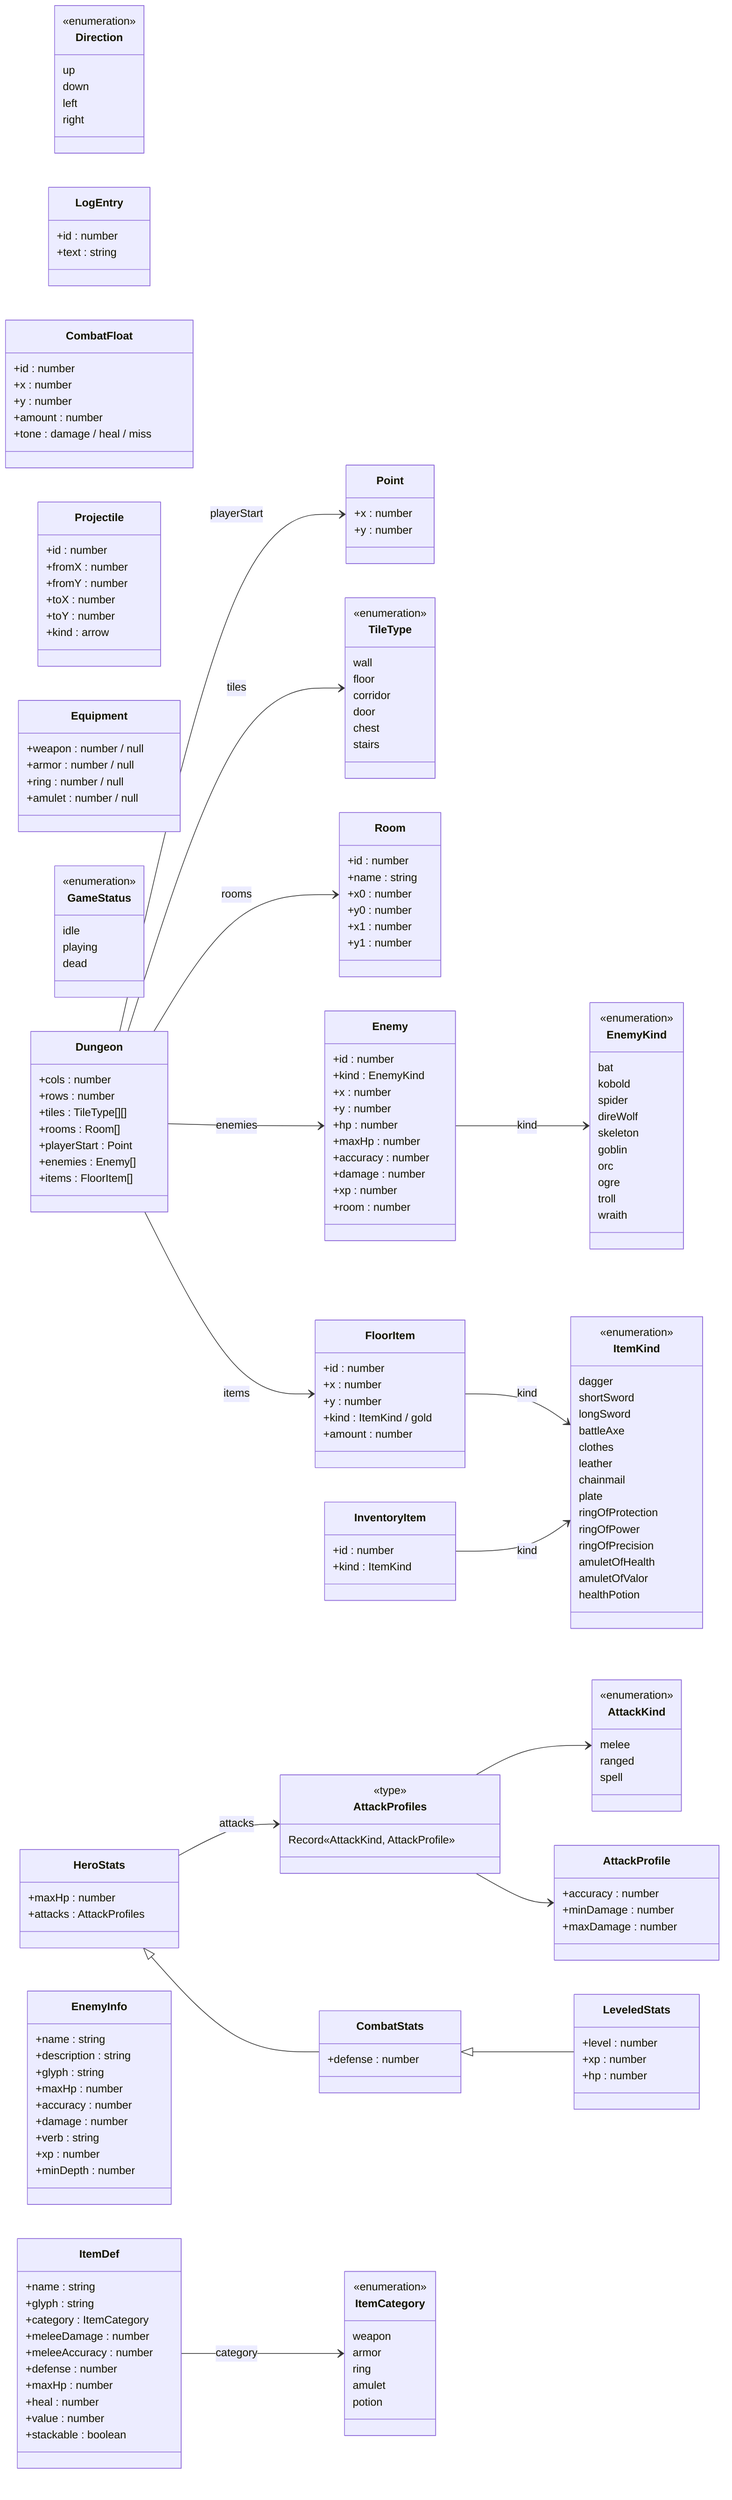
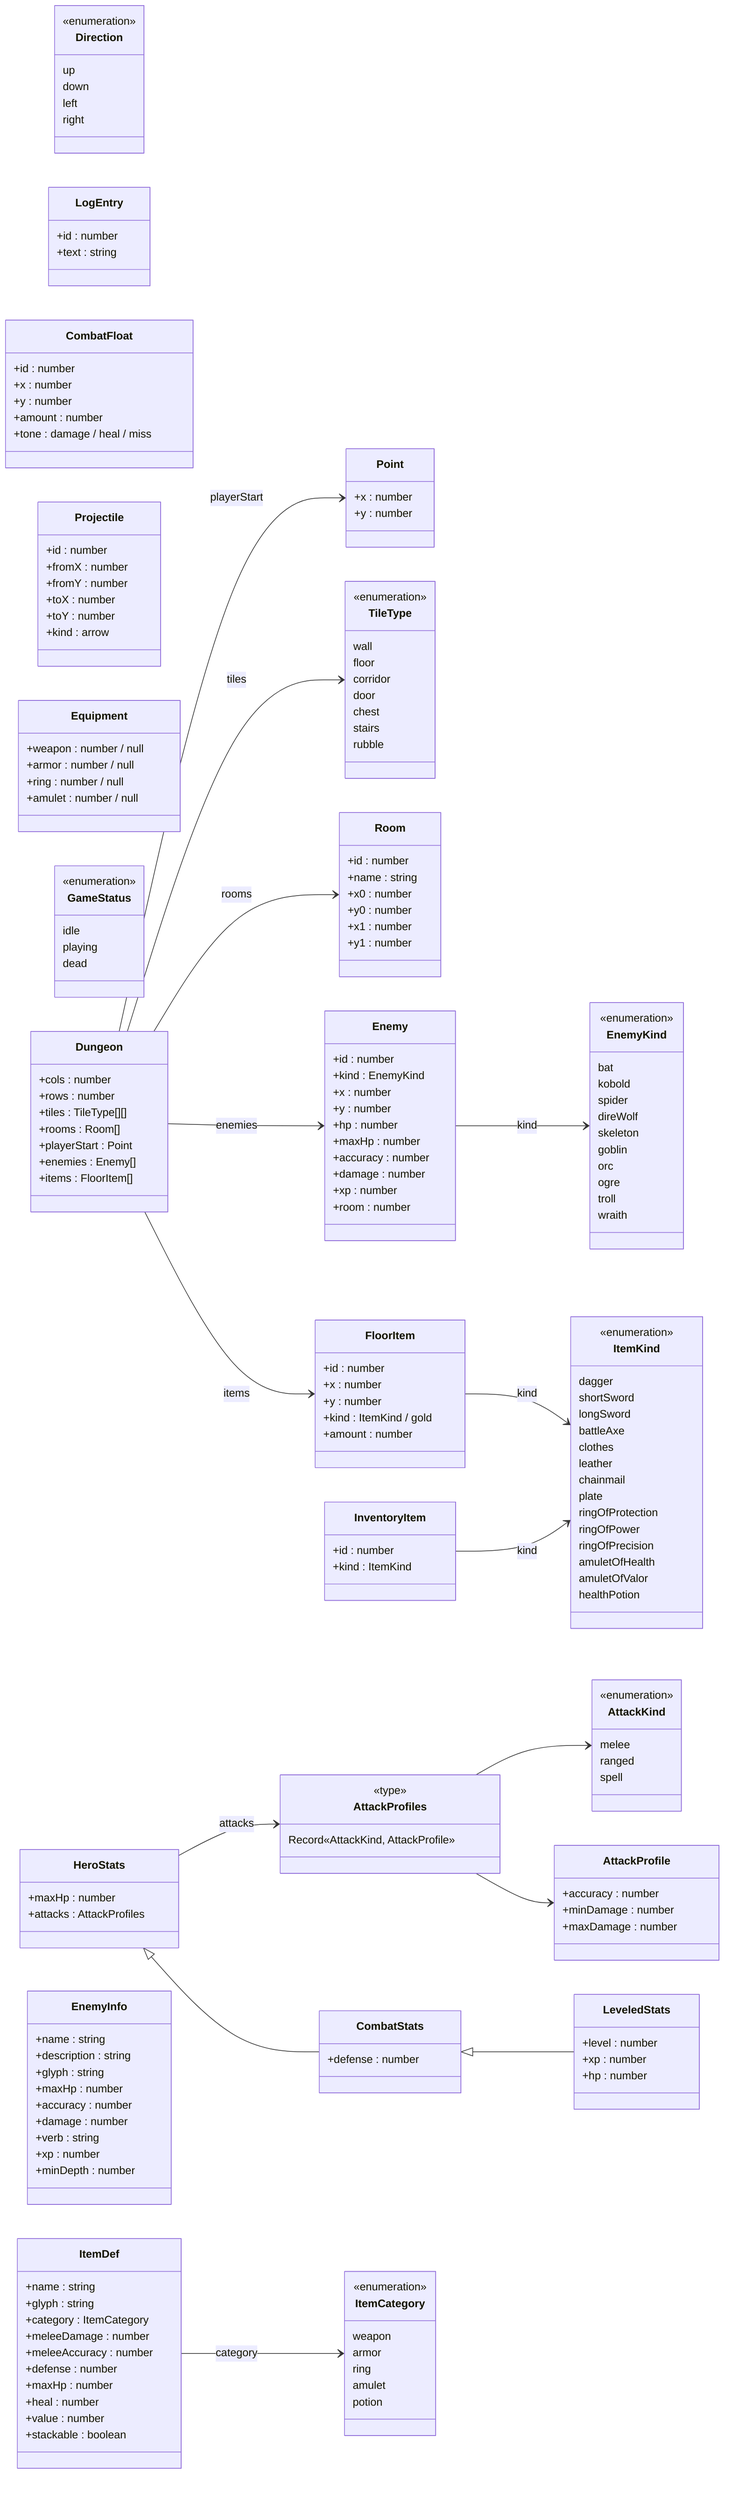
classDiagram
  direction LR
  class Point {
    +x : number
    +y : number
  }
  class Direction {
    <<enumeration>>
    up
    down
    left
    right
  }
  class TileType {
    <<enumeration>>
    wall
    floor
    corridor
    door
    chest
    stairs
+     rubble
  }
  class Room {
    +id : number
    +name : string
    +x0 : number
    +y0 : number
    +x1 : number
    +y1 : number
  }
  class LogEntry {
    +id : number
    +text : string
  }
  class CombatFloat {
    +id : number
    +x : number
    +y : number
    +amount : number
    +tone : damage / heal / miss
  }
  class Projectile {
    +id : number
    +fromX : number
    +fromY : number
    +toX : number
    +toY : number
    +kind : arrow
  }
  class InventoryItem {
    +id : number
    +kind : ItemKind
  }
  class FloorItem {
    +id : number
    +x : number
    +y : number
    +kind : ItemKind / gold
    +amount : number
  }
  class Equipment {
    +weapon : number / null
    +armor : number / null
    +ring : number / null
    +amulet : number / null
  }
  class AttackKind {
    <<enumeration>>
    melee
    ranged
    spell
  }
  class AttackProfile {
    +accuracy : number
    +minDamage : number
    +maxDamage : number
  }
  class AttackProfiles {
    <<type>>
    Record«AttackKind, AttackProfile»
  }
  class Enemy {
    +id : number
    +kind : EnemyKind
    +x : number
    +y : number
    +hp : number
    +maxHp : number
    +accuracy : number
    +damage : number
    +xp : number
    +room : number
  }
  class GameStatus {
    <<enumeration>>
    idle
    playing
    dead
  }
  class HeroStats {
    +maxHp : number
    +attacks : AttackProfiles
  }
  class CombatStats {
    +defense : number
  }
  class LeveledStats {
    +level : number
    +xp : number
    +hp : number
  }
  class Dungeon {
    +cols : number
    +rows : number
    +tiles : TileType[][]
    +rooms : Room[]
    +playerStart : Point
    +enemies : Enemy[]
    +items : FloorItem[]
  }
  class EnemyKind {
    <<enumeration>>
    bat
    kobold
    spider
    direWolf
    skeleton
    goblin
    orc
    ogre
    troll
    wraith
  }
  class EnemyInfo {
    +name : string
    +description : string
    +glyph : string
    +maxHp : number
    +accuracy : number
    +damage : number
    +verb : string
    +xp : number
    +minDepth : number
  }
  class ItemCategory {
    <<enumeration>>
    weapon
    armor
    ring
    amulet
    potion
  }
  class ItemKind {
    <<enumeration>>
    dagger
    shortSword
    longSword
    battleAxe
    clothes
    leather
    chainmail
    plate
    ringOfProtection
    ringOfPower
    ringOfPrecision
    amuletOfHealth
    amuletOfValor
    healthPotion
  }
  class ItemDef {
    +name : string
    +glyph : string
    +category : ItemCategory
    +meleeDamage : number
    +meleeAccuracy : number
    +defense : number
    +maxHp : number
    +heal : number
    +value : number
    +stackable : boolean
  }
  InventoryItem --> ItemKind : kind
  FloorItem --> ItemKind : kind
  AttackProfiles --> AttackKind
  AttackProfiles --> AttackProfile
  Enemy --> EnemyKind : kind
  HeroStats --> AttackProfiles : attacks
  HeroStats <|-- CombatStats
  CombatStats <|-- LeveledStats
  Dungeon --> TileType : tiles
  Dungeon --> Room : rooms
  Dungeon --> Point : playerStart
  Dungeon --> Enemy : enemies
  Dungeon --> FloorItem : items
  ItemDef --> ItemCategory : category
